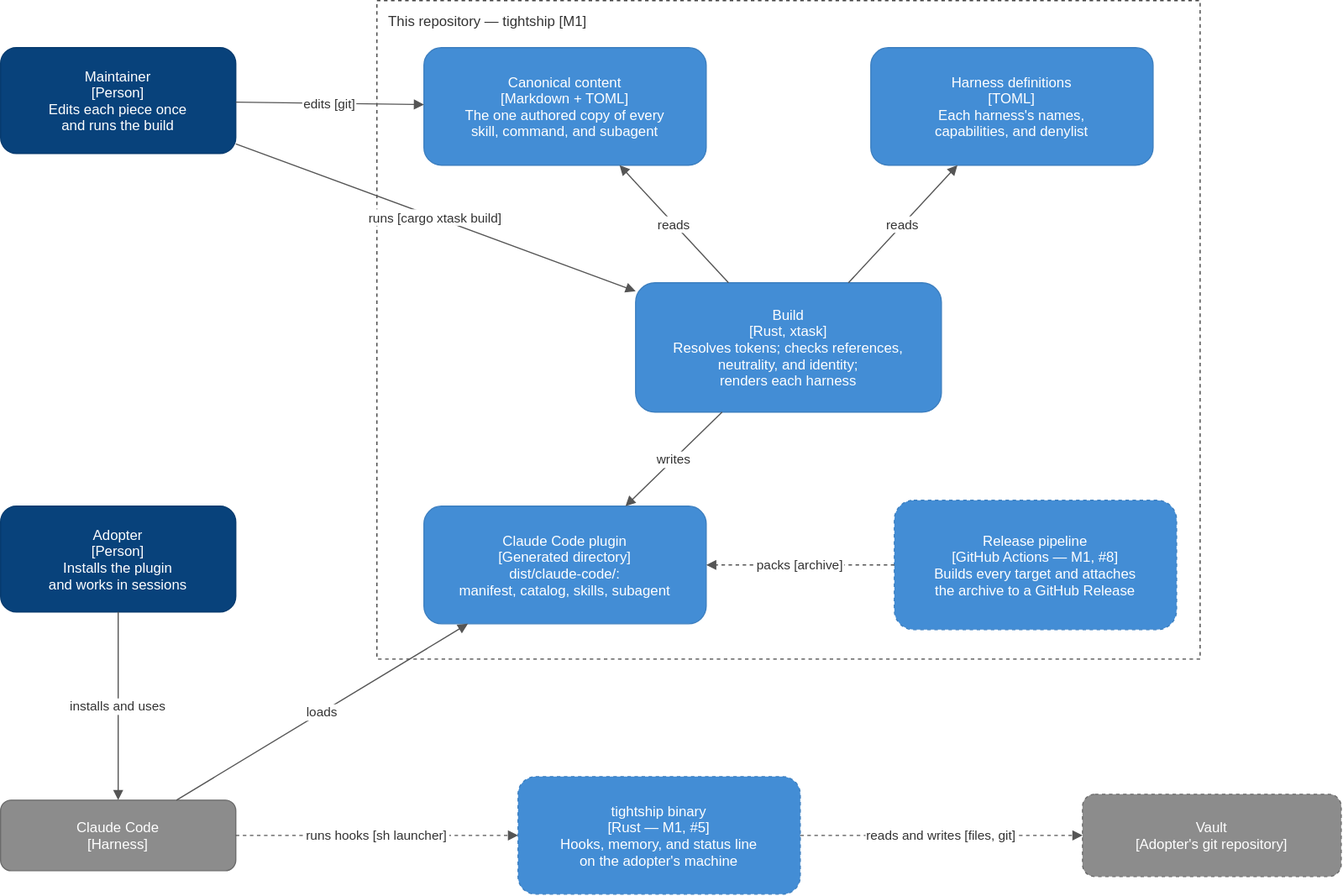
Before: docs/architecture/diagrams/containers.drawio.svg, a diagram exported from draw.io (ATNexusLab/tightship). Source tidied: cells renumbered, new cells last; positions are measured from the earlier drawing's top-left corner, leaving out a move shared by most shapes.
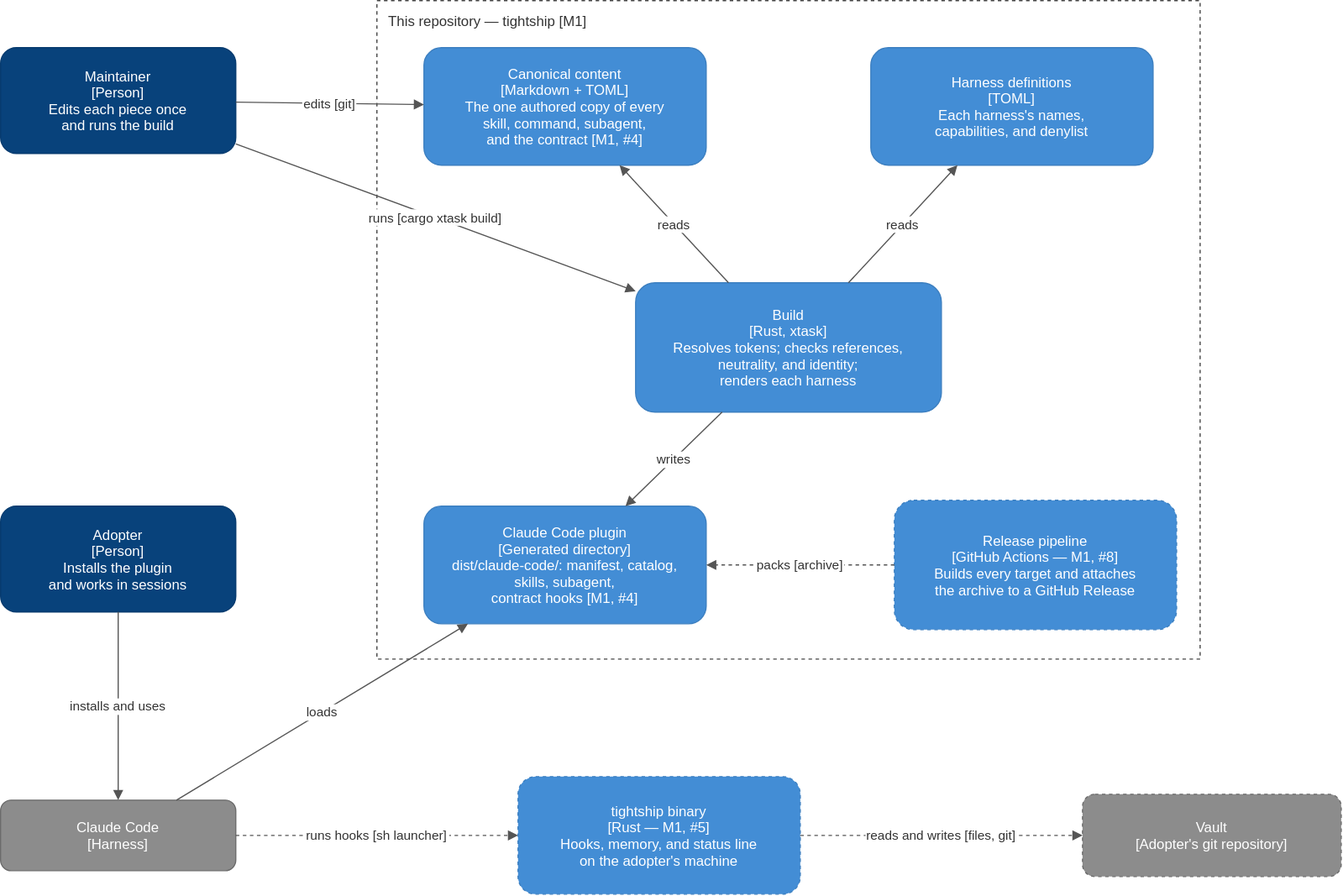
Later version of the same file.

Diff of the diagram source:
```diff
@@ -8,7 +8,7 @@
     <mxCell id="3" value="Maintainer&#10;[Person]&#10;Edits each piece once&#10;and runs the build" style="rounded=1;fillColor=#08427b;fontColor=#ffffff;strokeColor=#073b6f;fontSize=12;html=0;" parent="1" vertex="1">
       <mxGeometry y="40" width="200" height="90" as="geometry" />
     </mxCell>
-    <mxCell id="4" value="Canonical content&#10;[Markdown + TOML]&#10;The one authored copy of every&#10;skill, command, and subagent" style="rounded=1;fillColor=#438dd5;fontColor=#ffffff;strokeColor=#3c7fc0;fontSize=12;html=0;" parent="1" vertex="1">
+    <mxCell id="4" value="Canonical content&#10;[Markdown + TOML]&#10;The one authored copy of every&#10;skill, command, subagent,&#10;and the contract [M1, #4]" style="rounded=1;fillColor=#438dd5;fontColor=#ffffff;strokeColor=#3c7fc0;fontSize=12;html=0;" parent="1" vertex="1">
       <mxGeometry x="360" y="40" width="240" height="100" as="geometry" />
     </mxCell>
     <mxCell id="5" value="Harness definitions&#10;[TOML]&#10;Each harness's names,&#10;capabilities, and denylist" style="rounded=1;fillColor=#438dd5;fontColor=#ffffff;strokeColor=#3c7fc0;fontSize=12;html=0;" parent="1" vertex="1">
@@ -17,7 +17,7 @@
     <mxCell id="6" value="Build&#10;[Rust, xtask]&#10;Resolves tokens; checks references,&#10;neutrality, and identity;&#10;renders each harness" style="rounded=1;fillColor=#438dd5;fontColor=#ffffff;strokeColor=#3c7fc0;fontSize=12;html=0;" parent="1" vertex="1">
       <mxGeometry x="540" y="240" width="260" height="110" as="geometry" />
     </mxCell>
-    <mxCell id="7" value="Claude Code plugin&#10;[Generated directory]&#10;dist/claude-code/:&#10;manifest, catalog, skills, subagent" style="rounded=1;fillColor=#438dd5;fontColor=#ffffff;strokeColor=#3c7fc0;fontSize=12;html=0;" parent="1" vertex="1">
+    <mxCell id="7" value="Claude Code plugin&#10;[Generated directory]&#10;dist/claude-code/: manifest, catalog,&#10;skills, subagent,&#10;contract hooks [M1, #4]" style="rounded=1;fillColor=#438dd5;fontColor=#ffffff;strokeColor=#3c7fc0;fontSize=12;html=0;" parent="1" vertex="1">
       <mxGeometry x="360" y="430" width="240" height="100" as="geometry" />
     </mxCell>
     <mxCell id="8" value="Release pipeline&#10;[GitHub Actions — M1, #8]&#10;Builds every target and attaches&#10;the archive to a GitHub Release" style="rounded=1;fillColor=#438dd5;fontColor=#ffffff;strokeColor=#3c7fc0;fontSize=12;html=0;dashed=1;" parent="1" vertex="1">
```
